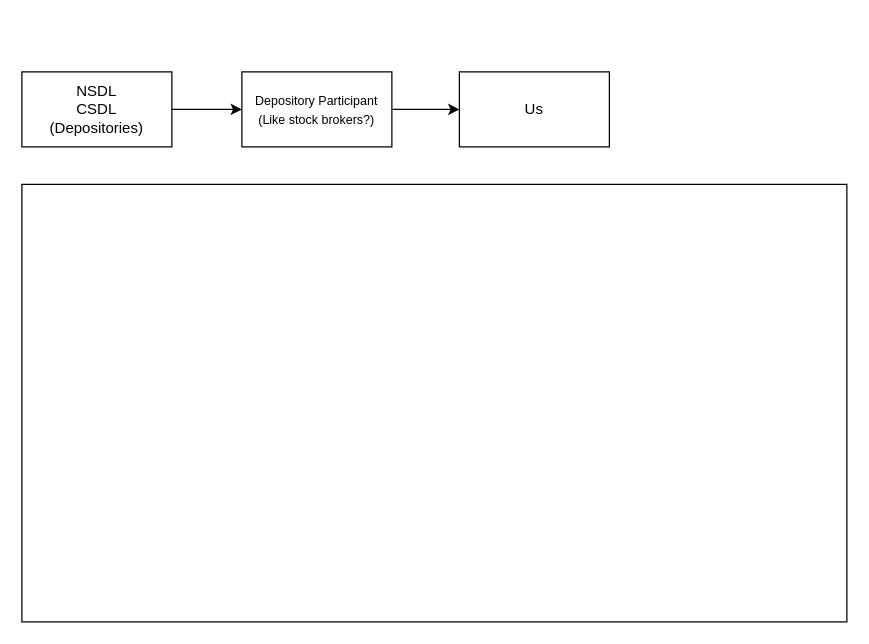
Above: page "Page-1" (1 of 2) of Untitled Diagram.drawio in raghavan-mk/investing (draw.io), before the change. Source tidied: cells renumbered, new cells numbered last; positions are measured from the earlier drawing's top-left corner, leaving out a move shared by most shapes. Both pictures are drawn from the tidied source at 125%, with x=0, y=0 at pixel (21, 71).
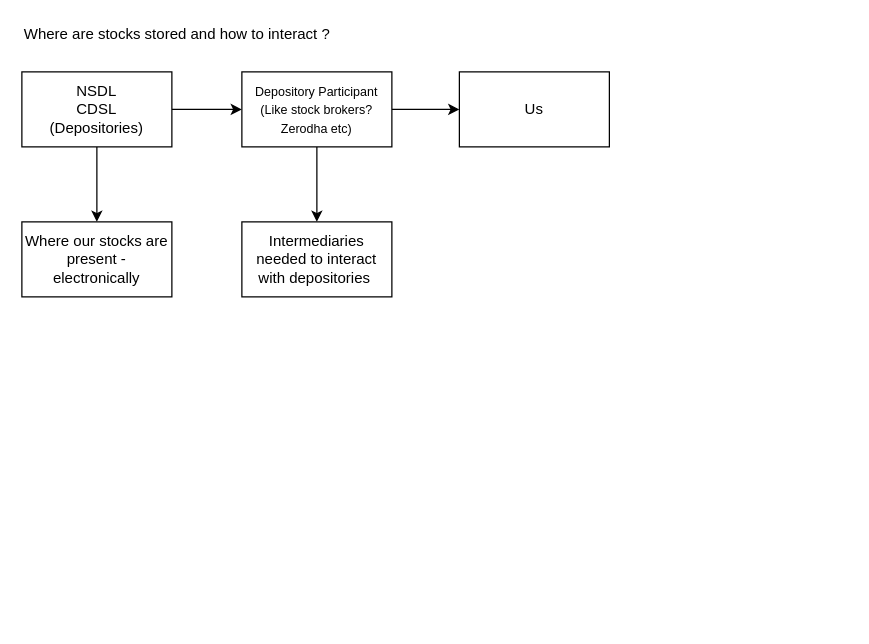
After the change.

The edit, as a diff of the source:
```diff
@@
 <mxGraphModel>
   <root>
     <mxCell id="0" />
     <mxCell id="1" parent="0" />
     <mxCell id="2" style="edgeStyle=orthogonalEdgeStyle;rounded=0;jettySize=auto;html=1;" parent="1" edge="1" source="3" target="5">
       <mxGeometry relative="1" as="geometry" />
     </mxCell>
+    <mxCell id="8" style="edgeStyle=orthogonalEdgeStyle;rounded=0;jettySize=auto;html=1;" parent="1" edge="1" source="3" target="11">
+      <mxGeometry relative="1" as="geometry" />
+    </mxCell>
-    <mxCell id="3" value="NSDL&lt;br&gt;CSDL&lt;br&gt;(Depositories)&lt;br&gt;" style="rounded=0;whiteSpace=wrap;html=1;" parent="1" vertex="1">
+    <mxCell id="3" value="NSDL&lt;br&gt;CDSL&lt;br&gt;(Depositories)" style="rounded=0;whiteSpace=wrap;html=1;" parent="1" vertex="1">
       <mxGeometry width="120" height="60" as="geometry" />
     </mxCell>
     <mxCell id="4" style="edgeStyle=orthogonalEdgeStyle;rounded=0;jettySize=auto;html=1;" parent="1" edge="1" source="5" target="6">
       <mxGeometry relative="1" as="geometry" />
     </mxCell>
+    <mxCell id="9" style="edgeStyle=orthogonalEdgeStyle;rounded=0;jettySize=auto;html=1;" parent="1" edge="1" source="5" target="10">
+      <mxGeometry relative="1" as="geometry" />
+    </mxCell>
-    <mxCell id="5" value="&lt;font style=&quot;font-size: 10px&quot;&gt;Depository Participant&lt;br&gt;(Like stock brokers?)&lt;br&gt;&lt;/font&gt;" style="rounded=0;whiteSpace=wrap;html=1;" parent="1" vertex="1">
+    <mxCell id="5" value="&lt;font style=&quot;font-size: 10px&quot;&gt;Depository Participant&lt;br&gt;(Like stock brokers? Zerodha etc)&lt;br&gt;&lt;/font&gt;" style="rounded=0;whiteSpace=wrap;html=1;" parent="1" vertex="1">
       <mxGeometry x="176" width="120" height="60" as="geometry" />
     </mxCell>
     <mxCell id="6" value="Us" style="rounded=0;whiteSpace=wrap;html=1;" parent="1" vertex="1">
       <mxGeometry x="350" width="120" height="60" as="geometry" />
     </mxCell>
-    <mxCell id="7" style="rounded=0;whiteSpace=wrap;html=1;align=left;" parent="1" vertex="1">
-      <mxGeometry y="90" width="660" height="350" as="geometry" />
-    </mxCell>
+    <mxCell id="10" value="Intermediaries needed to interact with depositories&amp;nbsp;" style="rounded=0;whiteSpace=wrap;html=1;" parent="1" vertex="1">
+      <mxGeometry x="176" y="120" width="120" height="60" as="geometry" />
+    </mxCell>
+    <mxCell id="11" value="Where our stocks are present - electronically" style="rounded=0;whiteSpace=wrap;html=1;" parent="1" vertex="1">
+      <mxGeometry y="120" width="120" height="60" as="geometry" />
+    </mxCell>
+    <mxCell id="12" value="Where are stocks stored and how to interact ?" style="text;html=1;strokeColor=none;fillColor=none;align=left;verticalAlign=middle;whiteSpace=wrap;rounded=0;" parent="1" vertex="1">
+      <mxGeometry y="-40" width="360" height="20" as="geometry" />
+    </mxCell>
   </root>
 </mxGraphModel>
```
